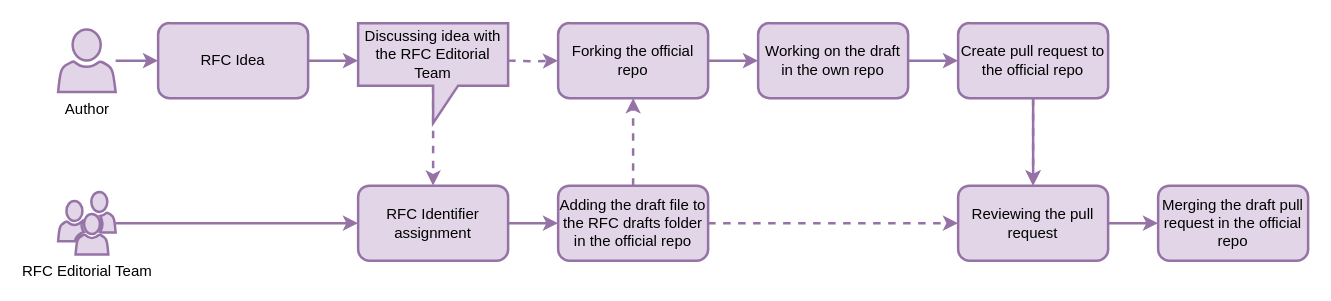
Earlier version of the draw.io diagram files/drafts/RFC-0003/images/phase_1.drawio (time-machine-project/requests-for-comments). Source tidied: cells renumbered, new cells numbered last; positions are measured from the earlier drawing's top-left corner, leaving out a move shared by most shapes. Both pictures are drawn from the tidied source at 125%, with x=0, y=0 at pixel (58, 22).
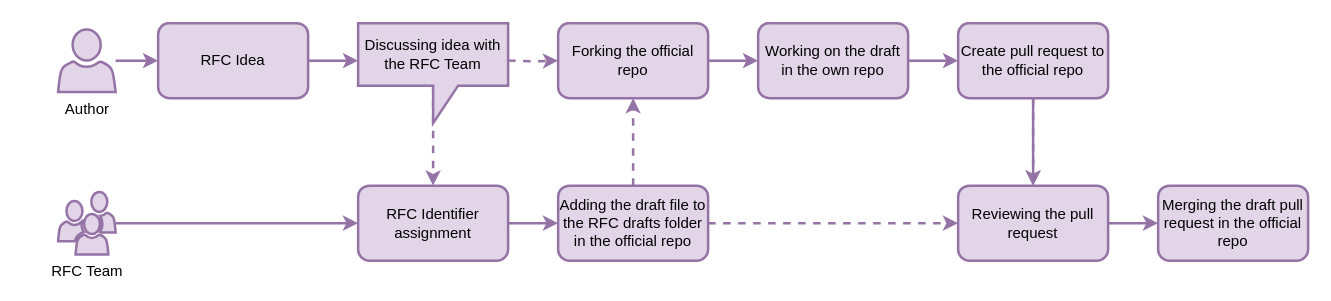
The same page after the edit.

Commit message (it also covers changes not shown here):
Unify RFC Team usage

The edit, as a diff of the source:
```diff
@@
-    <mxCell id="7" value="RFC Editorial Team" style="shadow=0;dashed=0;html=1;strokeColor=#9673a6;fillColor=#e1d5e7;labelPosition=center;verticalLabelPosition=bottom;verticalAlign=top;outlineConnect=0;align=center;shape=mxgraph.office.users.users;strokeWidth=2;" parent="1" vertex="1">
+    <mxCell id="7" value="RFC Team" style="shadow=0;dashed=0;html=1;strokeColor=#9673a6;fillColor=#e1d5e7;labelPosition=center;verticalLabelPosition=bottom;verticalAlign=top;outlineConnect=0;align=center;shape=mxgraph.office.users.users;strokeWidth=2;" parent="1" vertex="1">
       <mxGeometry y="135" width="46" height="50" as="geometry" />
     </mxCell>
@@
-    <mxCell id="10" value="Discussing idea with the RFC Editorial Team" style="shape=callout;whiteSpace=wrap;html=1;perimeter=calloutPerimeter;strokeColor=#9673a6;fillColor=#e1d5e7;strokeWidth=2;" parent="1" vertex="1">
+    <mxCell id="10" value="Discussing idea with the RFC Team" style="shape=callout;whiteSpace=wrap;html=1;perimeter=calloutPerimeter;strokeColor=#9673a6;fillColor=#e1d5e7;strokeWidth=2;" parent="1" vertex="1">
       <mxGeometry x="240" width="120" height="80" as="geometry" />
     </mxCell>
```
